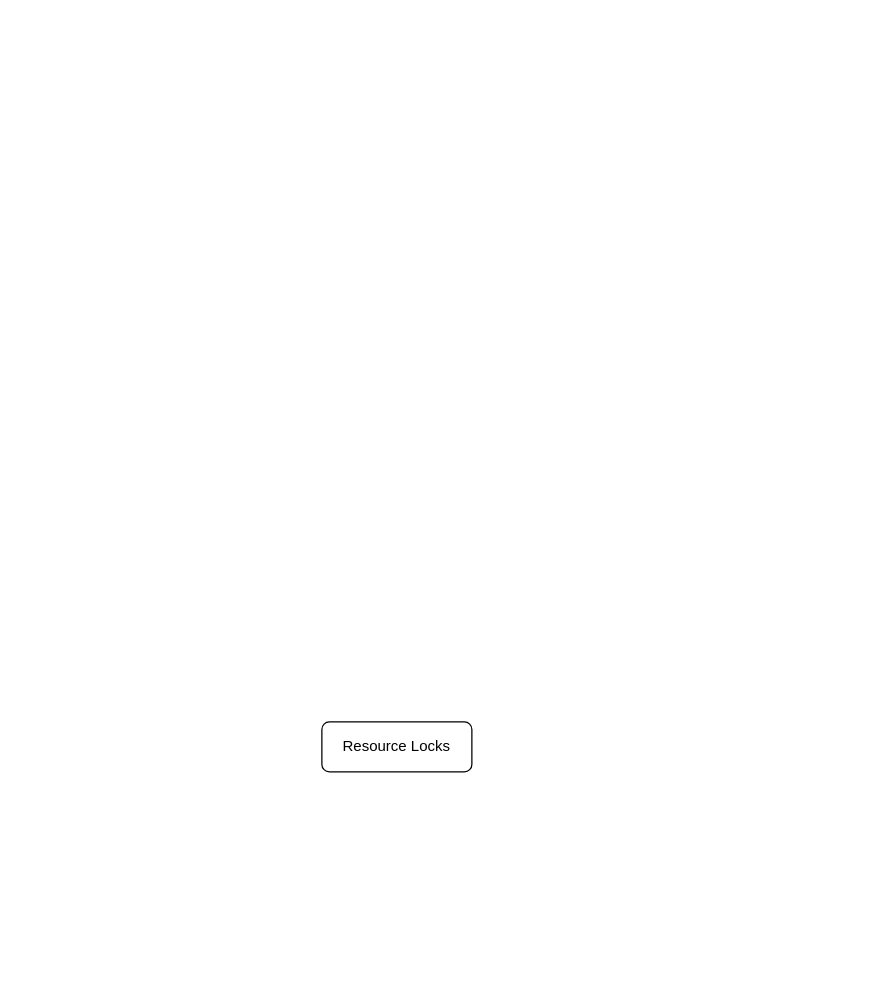
Earlier version of the draw.io diagram page "Resource Locks" (3 of 10) of Cloud/Azure/Azure Governance & Security.drawio (FilledVaccum/MindMaps). Source tidied: cells renumbered, new cells numbered last; positions are measured from the earlier drawing's top-left corner, leaving out a move shared by most shapes. Both pictures are drawn from the tidied source at 125%, with x=0, y=0 at pixel (321, 721).
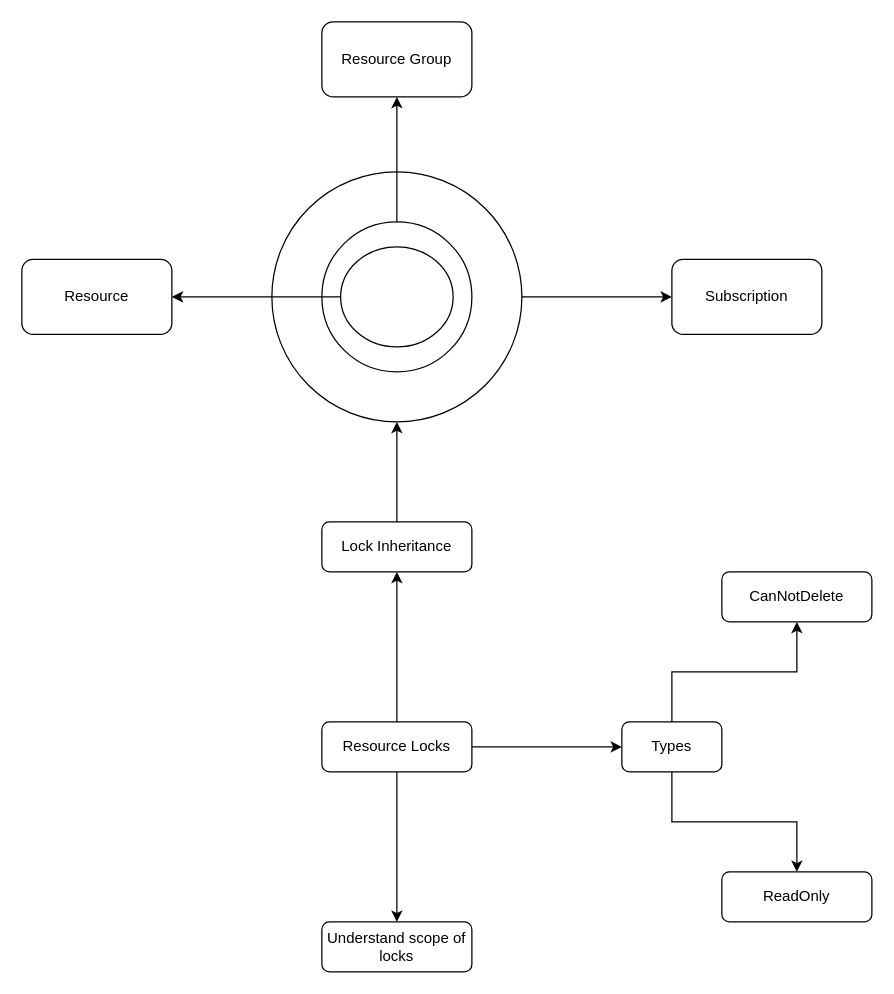
The same page after the edit.

The change refers to these unchanged cells:
```xml
<mxCell id="2" value="Resource Locks" style="rounded=1;whiteSpace=wrap;html=1;" parent="1" vertex="1">
  <mxGeometry width="120" height="40" as="geometry" />
</mxCell>
```

The edit, as a diff of the source:
```diff
@@
+    <mxCell id="3" style="edgeStyle=orthogonalEdgeStyle;rounded=0;jettySize=auto;html=1;" parent="1" edge="1" source="2" target="7">
+      <mxGeometry relative="1" as="geometry" />
+    </mxCell>
+    <mxCell id="4" style="edgeStyle=orthogonalEdgeStyle;rounded=0;jettySize=auto;html=1;" parent="1" edge="1" source="2" target="8">
+      <mxGeometry relative="1" as="geometry" />
+    </mxCell>
+    <mxCell id="5" style="edgeStyle=orthogonalEdgeStyle;rounded=0;jettySize=auto;html=1;" parent="1" edge="1" source="2" target="11">
+      <mxGeometry relative="1" as="geometry" />
+    </mxCell>
@@
+    <mxCell id="6" style="edgeStyle=orthogonalEdgeStyle;rounded=0;jettySize=auto;html=1;" parent="1" edge="1" source="7" target="15">
+      <mxGeometry relative="1" as="geometry" />
+    </mxCell>
+    <mxCell id="7" value="Lock Inheritance" style="whiteSpace=wrap;html=1;rounded=1;" parent="1" vertex="1">
+      <mxGeometry y="-160" width="120" height="40" as="geometry" />
+    </mxCell>
+    <mxCell id="8" value="Understand scope of locks" style="whiteSpace=wrap;html=1;rounded=1;" parent="1" vertex="1">
+      <mxGeometry y="160" width="120" height="40" as="geometry" />
+    </mxCell>
+    <mxCell id="9" style="edgeStyle=orthogonalEdgeStyle;rounded=0;jettySize=auto;html=1;" parent="1" edge="1" source="11" target="12">
+      <mxGeometry relative="1" as="geometry" />
+    </mxCell>
+    <mxCell id="10" style="edgeStyle=orthogonalEdgeStyle;rounded=0;jettySize=auto;html=1;" parent="1" edge="1" source="11" target="13">
+      <mxGeometry relative="1" as="geometry" />
+    </mxCell>
+    <mxCell id="11" value="Types" style="whiteSpace=wrap;html=1;rounded=1;" parent="1" vertex="1">
+      <mxGeometry x="240" width="80" height="40" as="geometry" />
+    </mxCell>
+    <mxCell id="12" value="CanNotDelete" style="whiteSpace=wrap;html=1;rounded=1;" parent="1" vertex="1">
+      <mxGeometry x="320" y="-120" width="120" height="40" as="geometry" />
+    </mxCell>
+    <mxCell id="13" value="ReadOnly" style="whiteSpace=wrap;html=1;rounded=1;" parent="1" vertex="1">
+      <mxGeometry x="320" y="120" width="120" height="40" as="geometry" />
+    </mxCell>
+    <mxCell id="14" style="edgeStyle=orthogonalEdgeStyle;rounded=0;jettySize=auto;html=1;" parent="1" edge="1" source="15" target="20">
+      <mxGeometry relative="1" as="geometry" />
+    </mxCell>
+    <mxCell id="15" style="ellipse;whiteSpace=wrap;html=1;rounded=1;" parent="1" vertex="1">
+      <mxGeometry x="-40" y="-440" width="200" height="200" as="geometry" />
+    </mxCell>
+    <mxCell id="16" style="edgeStyle=orthogonalEdgeStyle;rounded=0;jettySize=auto;html=1;" parent="1" edge="1" source="17" target="21">
+      <mxGeometry relative="1" as="geometry" />
+    </mxCell>
+    <mxCell id="17" style="ellipse;whiteSpace=wrap;html=1;rounded=1;" parent="1" vertex="1">
+      <mxGeometry y="-400" width="120" height="120" as="geometry" />
+    </mxCell>
+    <mxCell id="18" style="edgeStyle=orthogonalEdgeStyle;rounded=0;jettySize=auto;html=1;" parent="1" edge="1" source="19" target="22">
+      <mxGeometry relative="1" as="geometry" />
+    </mxCell>
+    <mxCell id="19" style="ellipse;whiteSpace=wrap;html=1;rounded=1;" parent="1" vertex="1">
+      <mxGeometry x="15" y="-380" width="90" height="80" as="geometry" />
+    </mxCell>
+    <mxCell id="20" value="Subscription" style="whiteSpace=wrap;html=1;rounded=1;" parent="1" vertex="1">
+      <mxGeometry x="280" y="-370" width="120" height="60" as="geometry" />
+    </mxCell>
+    <mxCell id="21" value="Resource Group" style="whiteSpace=wrap;html=1;rounded=1;" parent="1" vertex="1">
+      <mxGeometry y="-560" width="120" height="60" as="geometry" />
+    </mxCell>
+    <mxCell id="22" value="Resource" style="whiteSpace=wrap;html=1;rounded=1;" parent="1" vertex="1">
+      <mxGeometry x="-240" y="-370" width="120" height="60" as="geometry" />
+    </mxCell>
```
